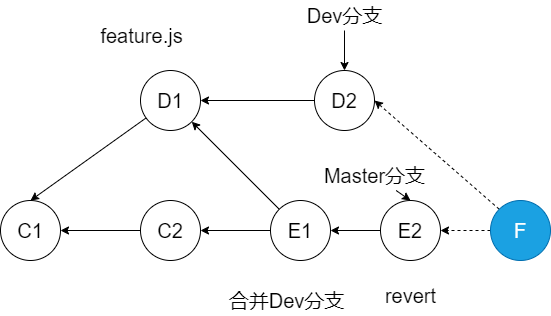
Rex-yyb/frontendman.github.io keeps this draw.io diagram as tools/xcz/git/images/example.drawio.png. Above is the earlier version. Source tidied: cells renumbered, new cells last; positions are measured from the earlier drawing's top-left corner, leaving out a move shared by most shapes. Its diagram source:
```xml
<mxGraphModel>
  <root>
    <mxCell id="0" />
    <mxCell id="1" parent="0" />
    <mxCell id="2" value="C1" style="ellipse;whiteSpace=wrap;html=1;fontSize=20;" parent="1" vertex="1">
      <mxGeometry y="200" width="60" height="60" as="geometry" />
    </mxCell>
    <mxCell id="3" style="edgeStyle=none;rounded=0;jettySize=auto;html=1;entryX=0.5;entryY=0;entryDx=0;entryDy=0;fontSize=20;" parent="1" edge="1" source="4" target="2">
      <mxGeometry relative="1" as="geometry" />
    </mxCell>
    <mxCell id="4" value="D1" style="ellipse;whiteSpace=wrap;html=1;fontSize=20;" parent="1" vertex="1">
      <mxGeometry x="140" y="70" width="60" height="60" as="geometry" />
    </mxCell>
    <mxCell id="5" style="edgeStyle=none;rounded=0;jettySize=auto;html=1;entryX=1;entryY=0.5;entryDx=0;entryDy=0;fontSize=20;" parent="1" edge="1" source="7" target="11">
      <mxGeometry relative="1" as="geometry" />
    </mxCell>
    <mxCell id="6" style="edgeStyle=none;rounded=0;jettySize=auto;html=1;entryX=1;entryY=1;entryDx=0;entryDy=0;fontSize=20;" parent="1" edge="1" source="7" target="4">
      <mxGeometry relative="1" as="geometry" />
    </mxCell>
    <mxCell id="7" value="E1" style="ellipse;whiteSpace=wrap;html=1;fontSize=20;" parent="1" vertex="1">
      <mxGeometry x="270" y="200" width="60" height="60" as="geometry" />
    </mxCell>
    <mxCell id="8" style="edgeStyle=none;rounded=0;jettySize=auto;html=1;entryX=1;entryY=0.5;entryDx=0;entryDy=0;fontSize=20;" parent="1" edge="1" source="9" target="4">
      <mxGeometry relative="1" as="geometry" />
    </mxCell>
    <mxCell id="9" value="D2" style="ellipse;whiteSpace=wrap;html=1;fontSize=20;" parent="1" vertex="1">
      <mxGeometry x="314" y="70" width="60" height="60" as="geometry" />
    </mxCell>
    <mxCell id="10" style="edgeStyle=none;rounded=0;jettySize=auto;html=1;entryX=1;entryY=0.5;entryDx=0;entryDy=0;fontSize=20;" parent="1" edge="1" source="11" target="2">
      <mxGeometry relative="1" as="geometry" />
    </mxCell>
    <mxCell id="11" value="C2" style="ellipse;whiteSpace=wrap;html=1;fontSize=20;" parent="1" vertex="1">
      <mxGeometry x="140" y="200" width="60" height="60" as="geometry" />
    </mxCell>
    <mxCell id="12" style="edgeStyle=none;rounded=0;jettySize=auto;html=1;fontSize=20;entryX=1;entryY=0.5;entryDx=0;entryDy=0;" parent="1" edge="1" source="13" target="7">
      <mxGeometry relative="1" as="geometry" />
    </mxCell>
    <mxCell id="13" value="E2" style="ellipse;whiteSpace=wrap;html=1;fontSize=20;" parent="1" vertex="1">
      <mxGeometry x="380" y="200" width="60" height="60" as="geometry" />
    </mxCell>
    <mxCell id="14" style="edgeStyle=none;rounded=0;orthogonalLoop=1;jettySize=auto;html=1;exitX=0;exitY=0.5;exitDx=0;exitDy=0;fontSize=20;" parent="1" edge="1" source="4" target="4">
      <mxGeometry relative="1" as="geometry" />
    </mxCell>
    <mxCell id="15" style="edgeStyle=none;rounded=0;jettySize=auto;html=1;fontSize=20;entryX=1;entryY=0.5;entryDx=0;entryDy=0;dashed=1;" parent="1" edge="1" source="17" target="13">
      <mxGeometry relative="1" as="geometry" />
    </mxCell>
    <mxCell id="16" style="edgeStyle=none;rounded=0;jettySize=auto;html=1;exitX=0;exitY=0;exitDx=0;exitDy=0;entryX=1;entryY=0.5;entryDx=0;entryDy=0;dashed=1;fontSize=20;" parent="1" edge="1" source="17" target="9">
      <mxGeometry relative="1" as="geometry" />
    </mxCell>
    <mxCell id="17" value="F" style="ellipse;whiteSpace=wrap;html=1;fontSize=20;fillColor=#1ba1e2;strokeColor=#006EAF;fontColor=#ffffff;" parent="1" vertex="1">
      <mxGeometry x="490" y="200" width="60" height="60" as="geometry" />
    </mxCell>
    <mxCell id="18" style="edgeStyle=none;rounded=0;jettySize=auto;html=1;fontSize=20;entryX=0.5;entryY=0;entryDx=0;entryDy=0;" parent="1" edge="1" source="19" target="13">
      <mxGeometry relative="1" as="geometry" />
    </mxCell>
    <mxCell id="19" value="Master分支" style="text;html=1;align=center;verticalAlign=middle;points=[];fillColor=none;strokeColor=none;rounded=0;fontSize=20;" parent="1" vertex="1">
      <mxGeometry x="314" y="160" width="120" height="30" as="geometry" />
    </mxCell>
    <mxCell id="20" style="edgeStyle=none;rounded=0;jettySize=auto;html=1;entryX=0.5;entryY=0;entryDx=0;entryDy=0;fontSize=20;" parent="1" edge="1" source="21" target="9">
      <mxGeometry relative="1" as="geometry" />
    </mxCell>
    <mxCell id="21" value="Dev分支" style="text;html=1;align=center;verticalAlign=middle;points=[];fillColor=none;strokeColor=none;rounded=0;fontSize=20;" parent="1" vertex="1">
      <mxGeometry x="299" width="90" height="30" as="geometry" />
    </mxCell>
    <mxCell id="22" value="feature.js" style="text;html=1;align=center;verticalAlign=middle;fillColor=none;strokeColor=none;rounded=0;fontSize=20;" parent="1" vertex="1">
      <mxGeometry x="91" y="20" width="100" height="30" as="geometry" />
    </mxCell>
    <mxCell id="23" value="合并Dev分支" style="text;html=1;align=center;verticalAlign=middle;fillColor=none;strokeColor=none;rounded=0;fontSize=20;" parent="1" vertex="1">
      <mxGeometry x="221" y="285" width="130" height="30" as="geometry" />
    </mxCell>
    <mxCell id="24" value="revert" style="text;html=1;align=center;verticalAlign=middle;fillColor=none;strokeColor=none;rounded=0;fontSize=20;" parent="1" vertex="1">
      <mxGeometry x="375" y="280" width="70" height="30" as="geometry" />
    </mxCell>
  </root>
</mxGraphModel>
```
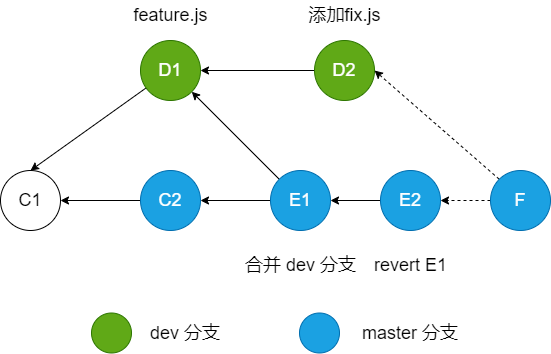
Later version of the same file.

The edit, as a diff of the source:
```diff
@@ -2,74 +2,77 @@
   <root>
     <mxCell id="0" />
     <mxCell id="1" parent="0" />
-    <mxCell id="2" value="C1" style="ellipse;whiteSpace=wrap;html=1;fontSize=20;" parent="1" vertex="1">
+    <mxCell id="2" value="C1" style="ellipse;whiteSpace=wrap;html=1;fontSize=18;" parent="1" vertex="1">
       <mxGeometry y="200" width="60" height="60" as="geometry" />
     </mxCell>
-    <mxCell id="3" style="edgeStyle=none;rounded=0;jettySize=auto;html=1;entryX=0.5;entryY=0;entryDx=0;entryDy=0;fontSize=20;" parent="1" edge="1" source="4" target="2">
+    <mxCell id="3" style="edgeStyle=none;rounded=0;jettySize=auto;html=1;entryX=0.5;entryY=0;entryDx=0;entryDy=0;fontSize=18;" parent="1" edge="1" source="4" target="2">
       <mxGeometry relative="1" as="geometry" />
     </mxCell>
-    <mxCell id="4" value="D1" style="ellipse;whiteSpace=wrap;html=1;fontSize=20;" parent="1" vertex="1">
+    <mxCell id="4" value="D1" style="ellipse;whiteSpace=wrap;html=1;fontSize=18;fillColor=#60a917;strokeColor=#2D7600;fontColor=#ffffff;" parent="1" vertex="1">
       <mxGeometry x="140" y="70" width="60" height="60" as="geometry" />
     </mxCell>
-    <mxCell id="5" style="edgeStyle=none;rounded=0;jettySize=auto;html=1;entryX=1;entryY=0.5;entryDx=0;entryDy=0;fontSize=20;" parent="1" edge="1" source="7" target="11">
+    <mxCell id="5" style="edgeStyle=none;rounded=0;jettySize=auto;html=1;entryX=1;entryY=0.5;entryDx=0;entryDy=0;fontSize=18;" parent="1" edge="1" source="7" target="11">
       <mxGeometry relative="1" as="geometry" />
     </mxCell>
-    <mxCell id="6" style="edgeStyle=none;rounded=0;jettySize=auto;html=1;entryX=1;entryY=1;entryDx=0;entryDy=0;fontSize=20;" parent="1" edge="1" source="7" target="4">
+    <mxCell id="6" style="edgeStyle=none;rounded=0;jettySize=auto;html=1;entryX=1;entryY=1;entryDx=0;entryDy=0;fontSize=18;" parent="1" edge="1" source="7" target="4">
       <mxGeometry relative="1" as="geometry" />
     </mxCell>
-    <mxCell id="7" value="E1" style="ellipse;whiteSpace=wrap;html=1;fontSize=20;" parent="1" vertex="1">
+    <mxCell id="7" value="E1" style="ellipse;whiteSpace=wrap;html=1;fontSize=18;fillColor=#1ba1e2;strokeColor=#006EAF;fontColor=#ffffff;" parent="1" vertex="1">
       <mxGeometry x="270" y="200" width="60" height="60" as="geometry" />
     </mxCell>
-    <mxCell id="8" style="edgeStyle=none;rounded=0;jettySize=auto;html=1;entryX=1;entryY=0.5;entryDx=0;entryDy=0;fontSize=20;" parent="1" edge="1" source="9" target="4">
+    <mxCell id="8" style="edgeStyle=none;rounded=0;jettySize=auto;html=1;entryX=1;entryY=0.5;entryDx=0;entryDy=0;fontSize=18;" parent="1" edge="1" source="9" target="4">
       <mxGeometry relative="1" as="geometry" />
     </mxCell>
-    <mxCell id="9" value="D2" style="ellipse;whiteSpace=wrap;html=1;fontSize=20;" parent="1" vertex="1">
+    <mxCell id="9" value="D2" style="ellipse;whiteSpace=wrap;html=1;fontSize=18;fillColor=#60a917;strokeColor=#2D7600;fontColor=#ffffff;" parent="1" vertex="1">
       <mxGeometry x="314" y="70" width="60" height="60" as="geometry" />
     </mxCell>
-    <mxCell id="10" style="edgeStyle=none;rounded=0;jettySize=auto;html=1;entryX=1;entryY=0.5;entryDx=0;entryDy=0;fontSize=20;" parent="1" edge="1" source="11" target="2">
+    <mxCell id="10" style="edgeStyle=none;rounded=0;jettySize=auto;html=1;entryX=1;entryY=0.5;entryDx=0;entryDy=0;fontSize=18;" parent="1" edge="1" source="11" target="2">
       <mxGeometry relative="1" as="geometry" />
     </mxCell>
-    <mxCell id="11" value="C2" style="ellipse;whiteSpace=wrap;html=1;fontSize=20;" parent="1" vertex="1">
+    <mxCell id="11" value="C2" style="ellipse;whiteSpace=wrap;html=1;fontSize=18;fillColor=#1ba1e2;strokeColor=#006EAF;fontColor=#ffffff;" parent="1" vertex="1">
       <mxGeometry x="140" y="200" width="60" height="60" as="geometry" />
     </mxCell>
-    <mxCell id="12" style="edgeStyle=none;rounded=0;jettySize=auto;html=1;fontSize=20;entryX=1;entryY=0.5;entryDx=0;entryDy=0;" parent="1" edge="1" source="13" target="7">
+    <mxCell id="12" style="edgeStyle=none;rounded=0;jettySize=auto;html=1;fontSize=18;entryX=1;entryY=0.5;entryDx=0;entryDy=0;" parent="1" edge="1" source="13" target="7">
       <mxGeometry relative="1" as="geometry" />
     </mxCell>
-    <mxCell id="13" value="E2" style="ellipse;whiteSpace=wrap;html=1;fontSize=20;" parent="1" vertex="1">
+    <mxCell id="13" value="E2" style="ellipse;whiteSpace=wrap;html=1;fontSize=18;fillColor=#1ba1e2;strokeColor=#006EAF;fontColor=#ffffff;" parent="1" vertex="1">
       <mxGeometry x="380" y="200" width="60" height="60" as="geometry" />
     </mxCell>
-    <mxCell id="14" style="edgeStyle=none;rounded=0;orthogonalLoop=1;jettySize=auto;html=1;exitX=0;exitY=0.5;exitDx=0;exitDy=0;fontSize=20;" parent="1" edge="1" source="4" target="4">
+    <mxCell id="14" style="edgeStyle=none;rounded=0;orthogonalLoop=1;jettySize=auto;html=1;exitX=0;exitY=0.5;exitDx=0;exitDy=0;fontSize=18;" parent="1" edge="1" source="4" target="4">
       <mxGeometry relative="1" as="geometry" />
     </mxCell>
-    <mxCell id="15" style="edgeStyle=none;rounded=0;jettySize=auto;html=1;fontSize=20;entryX=1;entryY=0.5;entryDx=0;entryDy=0;dashed=1;" parent="1" edge="1" source="17" target="13">
+    <mxCell id="15" style="edgeStyle=none;rounded=0;jettySize=auto;html=1;fontSize=18;entryX=1;entryY=0.5;entryDx=0;entryDy=0;dashed=1;" parent="1" edge="1" source="17" target="13">
       <mxGeometry relative="1" as="geometry" />
     </mxCell>
-    <mxCell id="16" style="edgeStyle=none;rounded=0;jettySize=auto;html=1;exitX=0;exitY=0;exitDx=0;exitDy=0;entryX=1;entryY=0.5;entryDx=0;entryDy=0;dashed=1;fontSize=20;" parent="1" edge="1" source="17" target="9">
+    <mxCell id="16" style="edgeStyle=none;rounded=0;jettySize=auto;html=1;exitX=0;exitY=0;exitDx=0;exitDy=0;entryX=1;entryY=0.5;entryDx=0;entryDy=0;dashed=1;fontSize=18;" parent="1" edge="1" source="17" target="9">
       <mxGeometry relative="1" as="geometry" />
     </mxCell>
-    <mxCell id="17" value="F" style="ellipse;whiteSpace=wrap;html=1;fontSize=20;fillColor=#1ba1e2;strokeColor=#006EAF;fontColor=#ffffff;" parent="1" vertex="1">
+    <mxCell id="17" value="F" style="ellipse;whiteSpace=wrap;html=1;fontSize=18;fillColor=#1ba1e2;strokeColor=#006EAF;fontColor=#ffffff;" parent="1" vertex="1">
       <mxGeometry x="490" y="200" width="60" height="60" as="geometry" />
     </mxCell>
-    <mxCell id="18" style="edgeStyle=none;rounded=0;jettySize=auto;html=1;fontSize=20;entryX=0.5;entryY=0;entryDx=0;entryDy=0;" parent="1" edge="1" source="19" target="13">
-      <mxGeometry relative="1" as="geometry" />
-    </mxCell>
-    <mxCell id="19" value="Master分支" style="text;html=1;align=center;verticalAlign=middle;points=[];fillColor=none;strokeColor=none;rounded=0;fontSize=20;" parent="1" vertex="1">
-      <mxGeometry x="314" y="160" width="120" height="30" as="geometry" />
-    </mxCell>
-    <mxCell id="20" style="edgeStyle=none;rounded=0;jettySize=auto;html=1;entryX=0.5;entryY=0;entryDx=0;entryDy=0;fontSize=20;" parent="1" edge="1" source="21" target="9">
-      <mxGeometry relative="1" as="geometry" />
-    </mxCell>
-    <mxCell id="21" value="Dev分支" style="text;html=1;align=center;verticalAlign=middle;points=[];fillColor=none;strokeColor=none;rounded=0;fontSize=20;" parent="1" vertex="1">
-      <mxGeometry x="299" width="90" height="30" as="geometry" />
-    </mxCell>
-    <mxCell id="22" value="feature.js" style="text;html=1;align=center;verticalAlign=middle;fillColor=none;strokeColor=none;rounded=0;fontSize=20;" parent="1" vertex="1">
-      <mxGeometry x="91" y="20" width="100" height="30" as="geometry" />
+    <mxCell id="22" value="feature.js" style="text;html=1;align=center;verticalAlign=middle;fillColor=none;strokeColor=none;rounded=0;fontSize=18;" parent="1" vertex="1">
+      <mxGeometry x="125" y="30" width="90" height="30" as="geometry" />
     </mxCell>
-    <mxCell id="23" value="合并Dev分支" style="text;html=1;align=center;verticalAlign=middle;fillColor=none;strokeColor=none;rounded=0;fontSize=20;" parent="1" vertex="1">
-      <mxGeometry x="221" y="285" width="130" height="30" as="geometry" />
+    <mxCell id="23" value="合并 dev 分支" style="text;html=1;align=center;verticalAlign=middle;fillColor=none;strokeColor=none;rounded=0;fontSize=18;" parent="1" vertex="1">
+      <mxGeometry x="235" y="280" width="130" height="30" as="geometry" />
     </mxCell>
-    <mxCell id="24" value="revert" style="text;html=1;align=center;verticalAlign=middle;fillColor=none;strokeColor=none;rounded=0;fontSize=20;" parent="1" vertex="1">
-      <mxGeometry x="375" y="280" width="70" height="30" as="geometry" />
+    <mxCell id="24" value="revert E1" style="text;html=1;align=center;verticalAlign=middle;fillColor=none;strokeColor=none;rounded=0;fontSize=18;" parent="1" vertex="1">
+      <mxGeometry x="365" y="280" width="90" height="30" as="geometry" />
     </mxCell>
+    <mxCell id="25" value="添加fix.js" style="text;html=1;align=center;verticalAlign=middle;fillColor=none;strokeColor=none;rounded=0;fontSize=18;" parent="1" vertex="1">
+      <mxGeometry x="299" y="30" width="90" height="30" as="geometry" />
+    </mxCell>
+    <mxCell id="26" style="ellipse;whiteSpace=wrap;html=1;fontSize=18;fillColor=#60a917;strokeColor=#2D7600;fontColor=#ffffff;" parent="1" vertex="1">
+      <mxGeometry x="91" y="342.5" width="40" height="40" as="geometry" />
+    </mxCell>
+    <mxCell id="27" value="dev 分支" style="rounded=1;whiteSpace=wrap;html=1;fontSize=18;strokeColor=none;" parent="1" vertex="1">
+      <mxGeometry x="140" y="350" width="90" height="25" as="geometry" />
+    </mxCell>
+    <mxCell id="28" style="ellipse;whiteSpace=wrap;html=1;fontSize=18;fillColor=#1ba1e2;strokeColor=#006EAF;fontColor=#ffffff;" parent="1" vertex="1">
+      <mxGeometry x="299" y="342.5" width="40" height="40" as="geometry" />
+    </mxCell>
+    <mxCell id="29" value="master 分支" style="rounded=1;whiteSpace=wrap;html=1;fontSize=18;strokeColor=none;" parent="1" vertex="1">
+      <mxGeometry x="354" y="350" width="112" height="25" as="geometry" />
+    </mxCell>
   </root>
 </mxGraphModel>
```
